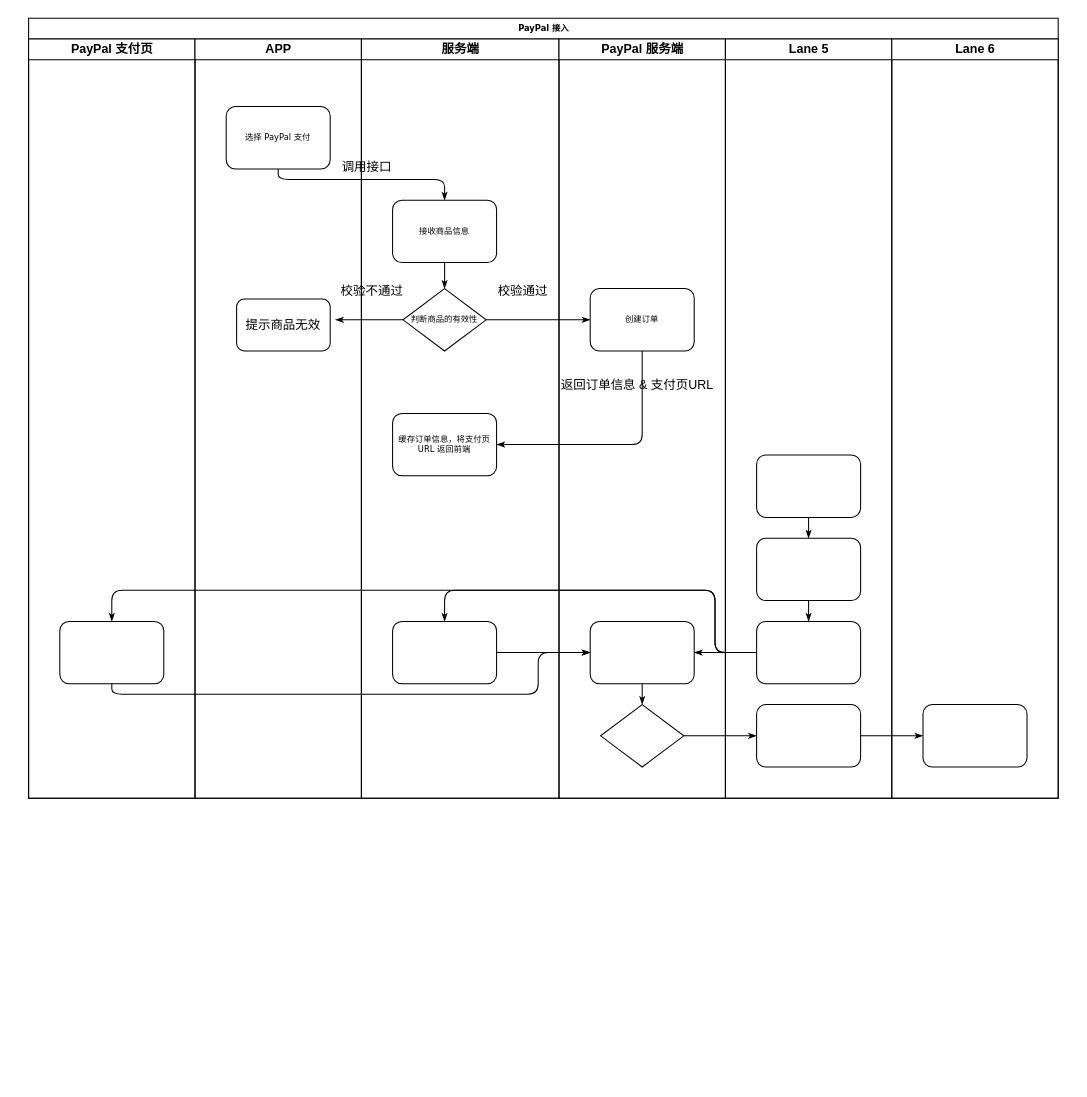
Earlier version of the draw.io diagram draw/pandoshow/PayPal接入流程.drawio (houyj404/document). Source tidied: cells renumbered, new cells numbered last; positions are measured from the earlier drawing's top-left corner, leaving out a move shared by most shapes. Both pictures are drawn from the tidied source at 104%, with x=0, y=0 at pixel (28, 18).
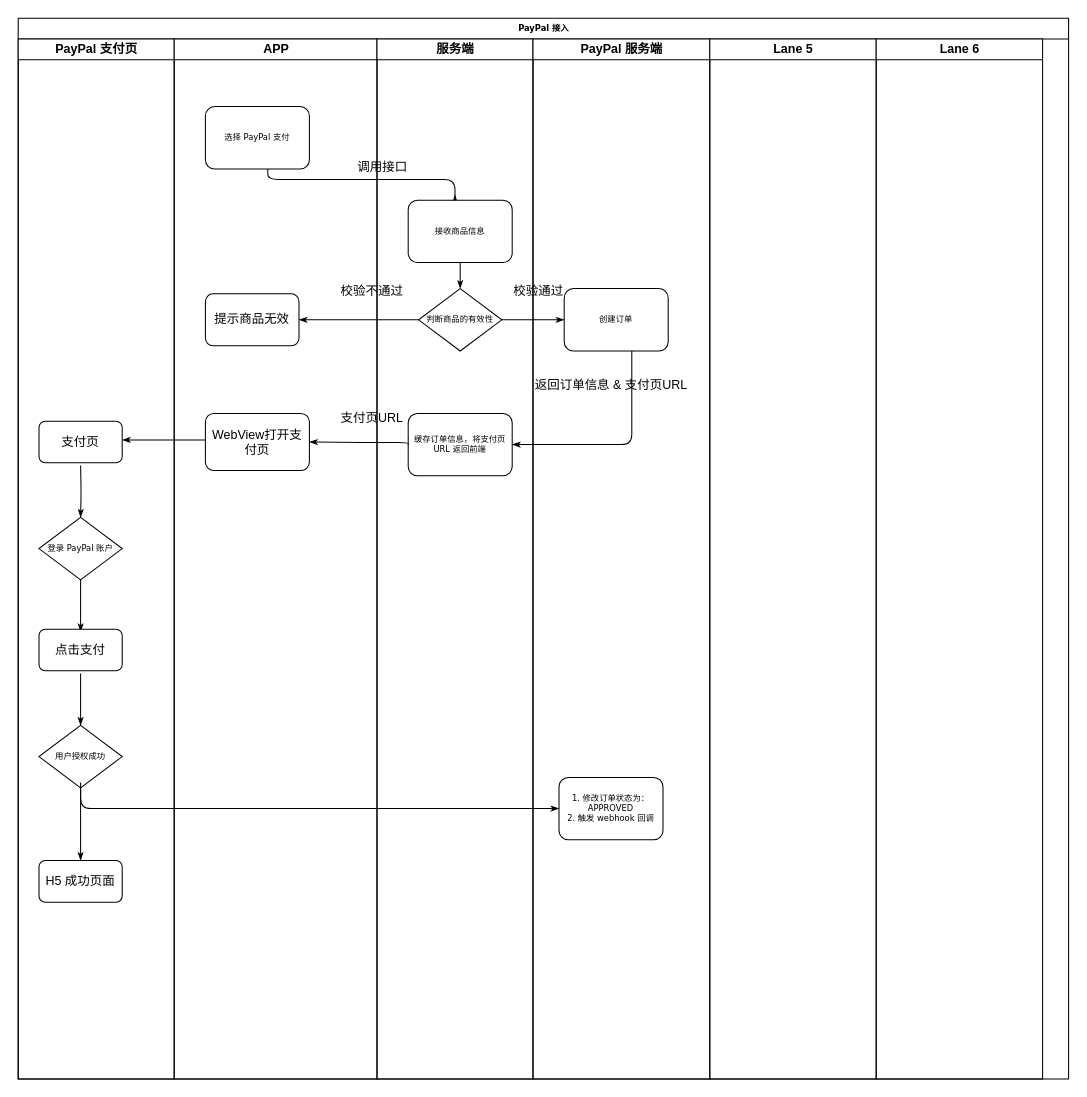
The same page after the edit.

Commit message (it also covers changes not shown here):
更新PayPal接入流程.drawio

Unchanged cells that the change refers to:
```xml
<mxCell id="15" value="选择 PayPal 支付" style="rounded=1;whiteSpace=wrap;html=1;shadow=0;labelBackgroundColor=none;strokeWidth=1;fontFamily=Verdana;fontSize=8;align=center;" parent="14" vertex="1">
  <mxGeometry x="30" y="65" width="100" height="60" as="geometry" />
</mxCell>
<mxCell id="18" value="接收商品信息" style="rounded=1;whiteSpace=wrap;html=1;shadow=0;labelBackgroundColor=none;strokeWidth=1;fontFamily=Verdana;fontSize=8;align=center;" parent="17" vertex="1">
  <mxGeometry x="30" y="155" width="100" height="60" as="geometry" />
</mxCell>
<mxCell id="19" value="判断商品的有效性" style="rhombus;whiteSpace=wrap;html=1;rounded=0;shadow=0;labelBackgroundColor=none;strokeWidth=1;fontFamily=Verdana;fontSize=8;align=center;" parent="17" vertex="1">
  <mxGeometry x="40" y="240" width="80" height="60" as="geometry" />
</mxCell>
<mxCell id="24" value="缓存订单信息，将支付页URL 返回前端" style="rounded=1;whiteSpace=wrap;html=1;shadow=0;labelBackgroundColor=none;strokeWidth=1;fontFamily=Verdana;fontSize=8;align=center;" parent="17" vertex="1">
  <mxGeometry x="30" y="360" width="100" height="60" as="geometry" />
</mxCell>
```

Diff of the diagram source:
```diff
@@
     <mxCell id="2" value="PayPal 接入" style="swimlane;html=1;startSize=20;rounded=0;shadow=0;labelBackgroundColor=none;strokeWidth=1;fontFamily=Verdana;fontSize=8;align=center;" parent="1" vertex="1">
-      <mxGeometry width="990" height="750" as="geometry" />
+      <mxGeometry x="-10" width="1010" height="1020" as="geometry" />
     </mxCell>
     <mxCell id="3" value="PayPal 支付页" style="swimlane;html=1;startSize=20;" parent="2" vertex="1">
-      <mxGeometry y="20" width="160" height="730" as="geometry" />
+      <mxGeometry y="20" width="150" height="1000" as="geometry" />
     </mxCell>
-    <mxCell id="4" style="rounded=1;whiteSpace=wrap;html=1;shadow=0;labelBackgroundColor=none;strokeWidth=1;fontFamily=Verdana;fontSize=8;align=center;" parent="3" vertex="1">
-      <mxGeometry x="30" y="560" width="100" height="60" as="geometry" />
-    </mxCell>
+    <mxCell id="43" value="支付页" style="rounded=1;whiteSpace=wrap;html=1;" parent="3" vertex="1">
+      <mxGeometry x="20" y="367.5" width="80" height="40" as="geometry" />
+    </mxCell>
+    <mxCell id="29" style="edgeStyle=orthogonalEdgeStyle;rounded=1;html=1;labelBackgroundColor=none;startArrow=none;startFill=0;startSize=5;endArrow=classicThin;endFill=1;endSize=5;jettySize=auto;strokeWidth=1;fontFamily=Verdana;fontSize=8;" parent="3" edge="1" target="28">
+      <mxGeometry relative="1" as="geometry">
+        <mxPoint x="60" y="410" as="sourcePoint" />
+      </mxGeometry>
+    </mxCell>
+    <mxCell id="28" value="登录 PayPal 账户" style="rhombus;whiteSpace=wrap;html=1;rounded=0;shadow=0;labelBackgroundColor=none;strokeWidth=1;fontFamily=Verdana;fontSize=8;align=center;" parent="3" vertex="1">
+      <mxGeometry x="20" y="460" width="80" height="60" as="geometry" />
+    </mxCell>
+    <mxCell id="44" value="H5 成功页面" style="rounded=1;whiteSpace=wrap;html=1;" parent="3" vertex="1">
+      <mxGeometry x="20" y="790" width="80" height="40" as="geometry" />
+    </mxCell>
-    <mxCell id="5" style="edgeStyle=orthogonalEdgeStyle;rounded=1;html=1;labelBackgroundColor=none;startArrow=none;startFill=0;startSize=5;endArrow=classicThin;endFill=1;endSize=5;jettySize=auto;strokeWidth=1;fontFamily=Verdana;fontSize=8;entryX=0.5;entryY=0;entryDx=0;entryDy=0;" parent="2" edge="1" source="15" target="18">
+    <mxCell id="5" style="edgeStyle=orthogonalEdgeStyle;rounded=1;html=1;labelBackgroundColor=none;startArrow=none;startFill=0;startSize=5;endArrow=classicThin;endFill=1;endSize=5;jettySize=auto;strokeWidth=1;fontFamily=Verdana;fontSize=8;" parent="2" edge="1" source="15">
       <mxGeometry relative="1" as="geometry">
+        <mxPoint x="420" y="170" as="targetPoint" />
         <Array as="points">
           <mxPoint x="240" y="155" />
-          <mxPoint x="400" y="155" />
+          <mxPoint x="420" y="155" />
+          <mxPoint x="420" y="175" />
         </Array>
       </mxGeometry>
     </mxCell>
@@
-    <mxCell id="7" style="edgeStyle=orthogonalEdgeStyle;rounded=1;html=1;labelBackgroundColor=none;startArrow=none;startFill=0;startSize=5;endArrow=classicThin;endFill=1;endSize=5;jettySize=auto;strokeWidth=1;fontFamily=Verdana;fontSize=8;" parent="2" edge="1" source="28" target="35">
-      <mxGeometry relative="1" as="geometry" />
-    </mxCell>
-    <mxCell id="8" style="edgeStyle=orthogonalEdgeStyle;rounded=1;html=1;labelBackgroundColor=none;startArrow=none;startFill=0;startSize=5;endArrow=classicThin;endFill=1;endSize=5;jettySize=auto;strokeWidth=1;fontFamily=Verdana;fontSize=8;" parent="2" edge="1" source="35" target="39">
-      <mxGeometry relative="1" as="geometry" />
-    </mxCell>
-    <mxCell id="9" style="edgeStyle=orthogonalEdgeStyle;rounded=1;html=1;labelBackgroundColor=none;startArrow=none;startFill=0;startSize=5;endArrow=classicThin;endFill=1;endSize=5;jettySize=auto;strokeWidth=1;fontFamily=Verdana;fontSize=8;" parent="2" edge="1" source="34" target="20">
-      <mxGeometry relative="1" as="geometry">
-        <Array as="points">
-          <mxPoint x="660" y="610" />
-          <mxPoint x="660" y="550" />
-          <mxPoint x="400" y="550" />
-        </Array>
-      </mxGeometry>
-    </mxCell>
-    <mxCell id="10" style="edgeStyle=orthogonalEdgeStyle;rounded=1;html=1;labelBackgroundColor=none;startArrow=none;startFill=0;startSize=5;endArrow=classicThin;endFill=1;endSize=5;jettySize=auto;strokeColor=#000000;strokeWidth=1;fontFamily=Verdana;fontSize=8;fontColor=#000000;" parent="2" edge="1" source="34" target="27">
-      <mxGeometry relative="1" as="geometry" />
-    </mxCell>
-    <mxCell id="11" style="edgeStyle=orthogonalEdgeStyle;rounded=1;html=1;labelBackgroundColor=none;startArrow=none;startFill=0;startSize=5;endArrow=classicThin;endFill=1;endSize=5;jettySize=auto;strokeWidth=1;fontFamily=Verdana;fontSize=8;" parent="2" edge="1" source="34" target="4">
-      <mxGeometry relative="1" as="geometry">
-        <Array as="points">
-          <mxPoint x="660" y="610" />
-          <mxPoint x="660" y="550" />
-          <mxPoint x="80" y="550" />
-        </Array>
-      </mxGeometry>
-    </mxCell>
-    <mxCell id="12" style="edgeStyle=orthogonalEdgeStyle;rounded=1;html=1;labelBackgroundColor=none;startArrow=none;startFill=0;startSize=5;endArrow=classicThin;endFill=1;endSize=5;jettySize=auto;strokeWidth=1;fontFamily=Verdana;fontSize=8;" parent="2" edge="1" source="4" target="27">
-      <mxGeometry relative="1" as="geometry">
-        <Array as="points">
-          <mxPoint x="80" y="650" />
-          <mxPoint x="490" y="650" />
-          <mxPoint x="490" y="610" />
-        </Array>
-      </mxGeometry>
-    </mxCell>
-    <mxCell id="13" style="edgeStyle=orthogonalEdgeStyle;rounded=1;html=1;labelBackgroundColor=none;startArrow=none;startFill=0;startSize=5;endArrow=classicThin;endFill=1;endSize=5;jettySize=auto;strokeWidth=1;fontFamily=Verdana;fontSize=8;" parent="2" edge="1" source="20" target="27">
-      <mxGeometry relative="1" as="geometry" />
-    </mxCell>
     <mxCell id="14" value="APP" style="swimlane;html=1;startSize=20;" parent="2" vertex="1">
-      <mxGeometry x="160" y="20" width="160" height="730" as="geometry" />
+      <mxGeometry x="150" y="20" width="195" height="1000" as="geometry" />
     </mxCell>
@@
     <mxCell id="16" value="提示商品无效" style="rounded=1;whiteSpace=wrap;html=1;" parent="14" vertex="1">
-      <mxGeometry x="40" y="250" width="90" height="50" as="geometry" />
+      <mxGeometry x="30" y="245" width="90" height="50" as="geometry" />
     </mxCell>
+    <mxCell id="45" value="WebView打开支付页" style="rounded=1;whiteSpace=wrap;html=1;" parent="14" vertex="1">
+      <mxGeometry x="30" y="360" width="100" height="55" as="geometry" />
+    </mxCell>
+    <mxCell id="46" value="支付页URL" style="text;html=1;align=center;verticalAlign=middle;strokeColor=none;fillColor=none;" parent="14" vertex="1">
+      <mxGeometry x="150" y="350" width="80" height="30" as="geometry" />
+    </mxCell>
     <mxCell id="17" value="服务端" style="swimlane;html=1;startSize=20;" parent="2" vertex="1">
-      <mxGeometry x="320" y="20" width="190" height="730" as="geometry" />
+      <mxGeometry x="345" y="20" width="150" height="1000" as="geometry" />
     </mxCell>
@@
-    <mxCell id="20" style="rounded=1;whiteSpace=wrap;html=1;shadow=0;labelBackgroundColor=none;strokeWidth=1;fontFamily=Verdana;fontSize=8;align=center;" parent="17" vertex="1">
-      <mxGeometry x="30" y="560" width="100" height="60" as="geometry" />
-    </mxCell>
@@
     <mxCell id="25" value="PayPal 服务端" style="swimlane;html=1;startSize=20;" parent="2" vertex="1">
-      <mxGeometry x="510" y="20" width="160" height="730" as="geometry" />
+      <mxGeometry x="495" y="20" width="170" height="1000" as="geometry" />
     </mxCell>
@@
-    <mxCell id="27" style="rounded=1;whiteSpace=wrap;html=1;shadow=0;labelBackgroundColor=none;strokeWidth=1;fontFamily=Verdana;fontSize=8;align=center;" parent="25" vertex="1">
-      <mxGeometry x="30" y="560" width="100" height="60" as="geometry" />
+    <mxCell id="27" value="1. 修改订单状态为：APPROVED&lt;div&gt;2. 触发 webhook 回调&lt;/div&gt;" style="rounded=1;whiteSpace=wrap;html=1;shadow=0;labelBackgroundColor=none;strokeWidth=1;fontFamily=Verdana;fontSize=8;align=center;" parent="25" vertex="1">
+      <mxGeometry x="25" y="710" width="100" height="60" as="geometry" />
     </mxCell>
-    <mxCell id="28" style="rhombus;whiteSpace=wrap;html=1;rounded=0;shadow=0;labelBackgroundColor=none;strokeWidth=1;fontFamily=Verdana;fontSize=8;align=center;" parent="25" vertex="1">
-      <mxGeometry x="40" y="640" width="80" height="60" as="geometry" />
-    </mxCell>
-    <mxCell id="29" style="edgeStyle=orthogonalEdgeStyle;rounded=1;html=1;labelBackgroundColor=none;startArrow=none;startFill=0;startSize=5;endArrow=classicThin;endFill=1;endSize=5;jettySize=auto;strokeWidth=1;fontFamily=Verdana;fontSize=8;" parent="25" edge="1" source="27" target="28">
-      <mxGeometry relative="1" as="geometry" />
-    </mxCell>
@@
     <mxCell id="31" value="Lane 5" style="swimlane;html=1;startSize=20;" parent="2" vertex="1">
-      <mxGeometry x="670" y="20" width="160" height="730" as="geometry" />
+      <mxGeometry x="665" y="20" width="160" height="1000" as="geometry" />
     </mxCell>
-    <mxCell id="32" style="rounded=1;whiteSpace=wrap;html=1;shadow=0;labelBackgroundColor=none;strokeWidth=1;fontFamily=Verdana;fontSize=8;align=center;" parent="31" vertex="1">
-      <mxGeometry x="30" y="400" width="100" height="60" as="geometry" />
-    </mxCell>
-    <mxCell id="33" style="rounded=1;whiteSpace=wrap;html=1;shadow=0;labelBackgroundColor=none;strokeWidth=1;fontFamily=Verdana;fontSize=8;align=center;" parent="31" vertex="1">
-      <mxGeometry x="30" y="480" width="100" height="60" as="geometry" />
-    </mxCell>
-    <mxCell id="34" style="rounded=1;whiteSpace=wrap;html=1;shadow=0;labelBackgroundColor=none;strokeWidth=1;fontFamily=Verdana;fontSize=8;align=center;" parent="31" vertex="1">
-      <mxGeometry x="30" y="560" width="100" height="60" as="geometry" />
-    </mxCell>
-    <mxCell id="35" style="rounded=1;whiteSpace=wrap;html=1;shadow=0;labelBackgroundColor=none;strokeWidth=1;fontFamily=Verdana;fontSize=8;align=center;" parent="31" vertex="1">
-      <mxGeometry x="30" y="640" width="100" height="60" as="geometry" />
-    </mxCell>
-    <mxCell id="36" style="edgeStyle=orthogonalEdgeStyle;rounded=1;html=1;labelBackgroundColor=none;startArrow=none;startFill=0;startSize=5;endArrow=classicThin;endFill=1;endSize=5;jettySize=auto;strokeWidth=1;fontFamily=Verdana;fontSize=8;" parent="31" edge="1" source="32" target="33">
-      <mxGeometry relative="1" as="geometry" />
+    <mxCell id="36" style="edgeStyle=orthogonalEdgeStyle;rounded=1;html=1;labelBackgroundColor=none;startArrow=none;startFill=0;startSize=5;endArrow=classicThin;endFill=1;endSize=5;jettySize=auto;orthogonalLoop=1;strokeWidth=1;fontFamily=Verdana;fontSize=8;" parent="31" edge="1">
+      <mxGeometry relative="1" as="geometry">
+        <mxPoint x="80" y="460" as="sourcePoint" />
+      </mxGeometry>
     </mxCell>
-    <mxCell id="37" style="edgeStyle=orthogonalEdgeStyle;rounded=1;html=1;labelBackgroundColor=none;startArrow=none;startFill=0;startSize=5;endArrow=classicThin;endFill=1;endSize=5;jettySize=auto;strokeWidth=1;fontFamily=Verdana;fontSize=8;" parent="31" edge="1" source="33" target="34">
-      <mxGeometry relative="1" as="geometry" />
+    <mxCell id="37" style="edgeStyle=orthogonalEdgeStyle;rounded=1;html=1;labelBackgroundColor=none;startArrow=none;startFill=0;startSize=5;endArrow=classicThin;endFill=1;endSize=5;jettySize=auto;orthogonalLoop=1;strokeWidth=1;fontFamily=Verdana;fontSize=8;" parent="31" edge="1">
+      <mxGeometry relative="1" as="geometry">
+        <mxPoint x="80" y="540" as="sourcePoint" />
+      </mxGeometry>
     </mxCell>
     <mxCell id="38" value="Lane 6" style="swimlane;html=1;startSize=20;" parent="2" vertex="1">
-      <mxGeometry x="830" y="20" width="160" height="730" as="geometry" />
+      <mxGeometry x="825" y="20" width="160" height="1000" as="geometry" />
     </mxCell>
-    <mxCell id="39" style="rounded=1;whiteSpace=wrap;html=1;shadow=0;labelBackgroundColor=none;strokeWidth=1;fontFamily=Verdana;fontSize=8;align=center;" parent="38" vertex="1">
-      <mxGeometry x="30" y="640" width="100" height="60" as="geometry" />
-    </mxCell>
@@
+    <mxCell id="47" style="edgeStyle=orthogonalEdgeStyle;rounded=1;html=1;labelBackgroundColor=none;startArrow=none;startFill=0;startSize=5;endArrow=classicThin;endFill=1;endSize=5;jettySize=auto;strokeWidth=1;fontFamily=Verdana;fontSize=8;exitX=0;exitY=0.5;exitDx=0;exitDy=0;entryX=1;entryY=0.5;entryDx=0;entryDy=0;" parent="2" edge="1" source="24" target="45">
+      <mxGeometry relative="1" as="geometry">
+        <Array as="points">
+          <mxPoint x="340" y="408" />
+          <mxPoint x="290" y="408" />
+        </Array>
+      </mxGeometry>
+    </mxCell>
-    <mxCell id="41" style="edgeStyle=orthogonalEdgeStyle;rounded=1;html=1;labelBackgroundColor=none;startArrow=none;startFill=0;startSize=5;endArrow=classicThin;endFill=1;endSize=5;jettySize=auto;strokeWidth=1;fontFamily=Verdana;fontSize=8;exitX=0;exitY=0.5;exitDx=0;exitDy=0;" parent="1" edge="1" source="19">
+    <mxCell id="41" style="edgeStyle=orthogonalEdgeStyle;rounded=1;html=1;labelBackgroundColor=none;startArrow=none;startFill=0;startSize=5;endArrow=classicThin;endFill=1;endSize=5;jettySize=auto;strokeWidth=1;fontFamily=Verdana;fontSize=8;exitX=0;exitY=0.5;exitDx=0;exitDy=0;entryX=1;entryY=0.5;entryDx=0;entryDy=0;" parent="2" edge="1" source="19" target="16">
       <mxGeometry relative="1" as="geometry">
-        <mxPoint x="295" y="290" as="targetPoint" />
+        <Array as="points">
+          <mxPoint x="280" y="290" />
+        </Array>
       </mxGeometry>
     </mxCell>
+    <mxCell id="48" style="edgeStyle=orthogonalEdgeStyle;rounded=1;html=1;labelBackgroundColor=none;startArrow=none;startFill=0;startSize=5;endArrow=classicThin;endFill=1;endSize=5;jettySize=auto;orthogonalLoop=1;strokeWidth=1;fontFamily=Verdana;fontSize=8;exitX=0;exitY=0.5;exitDx=0;exitDy=0;entryX=1;entryY=0.5;entryDx=0;entryDy=0;" parent="2" edge="1">
+      <mxGeometry relative="1" as="geometry">
+        <mxPoint x="180" y="405.5" as="sourcePoint" />
+        <mxPoint x="100" y="405.5" as="targetPoint" />
+        <Array as="points">
+          <mxPoint x="120" y="406" />
+        </Array>
+      </mxGeometry>
+    </mxCell>
@@
+    <mxCell id="49" style="edgeStyle=orthogonalEdgeStyle;rounded=1;html=1;labelBackgroundColor=none;startArrow=none;startFill=0;startSize=5;endArrow=classicThin;endFill=1;endSize=5;jettySize=auto;orthogonalLoop=1;strokeWidth=1;fontFamily=Verdana;fontSize=8;" parent="1" edge="1">
+      <mxGeometry relative="1" as="geometry">
+        <mxPoint x="50" y="540" as="sourcePoint" />
+        <mxPoint x="50" y="590" as="targetPoint" />
+      </mxGeometry>
+    </mxCell>
+    <mxCell id="50" value="点击支付" style="rounded=1;whiteSpace=wrap;html=1;" parent="1" vertex="1">
+      <mxGeometry x="10" y="587.5" width="80" height="40" as="geometry" />
+    </mxCell>
+    <mxCell id="51" style="edgeStyle=orthogonalEdgeStyle;rounded=1;html=1;labelBackgroundColor=none;startArrow=none;startFill=0;startSize=5;endArrow=classicThin;endFill=1;endSize=5;jettySize=auto;orthogonalLoop=1;strokeWidth=1;fontFamily=Verdana;fontSize=8;" parent="1" edge="1">
+      <mxGeometry relative="1" as="geometry">
+        <mxPoint x="50" y="630" as="sourcePoint" />
+        <mxPoint x="50" y="680" as="targetPoint" />
+      </mxGeometry>
+    </mxCell>
+    <mxCell id="52" value="用户授权成功" style="rhombus;whiteSpace=wrap;html=1;rounded=0;shadow=0;labelBackgroundColor=none;strokeWidth=1;fontFamily=Verdana;fontSize=8;align=center;" parent="1" vertex="1">
+      <mxGeometry x="10" y="680" width="80" height="60" as="geometry" />
+    </mxCell>
+    <mxCell id="53" style="edgeStyle=orthogonalEdgeStyle;rounded=1;html=1;labelBackgroundColor=none;startArrow=none;startFill=0;startSize=5;endArrow=classicThin;endFill=1;endSize=5;jettySize=auto;orthogonalLoop=1;strokeWidth=1;fontFamily=Verdana;fontSize=8;" parent="1" edge="1">
+      <mxGeometry relative="1" as="geometry">
+        <mxPoint x="50" y="735" as="sourcePoint" />
+        <mxPoint x="510" y="760" as="targetPoint" />
+        <Array as="points">
+          <mxPoint x="50" y="760" />
+          <mxPoint x="230" y="760" />
+        </Array>
+      </mxGeometry>
+    </mxCell>
+    <mxCell id="54" style="edgeStyle=orthogonalEdgeStyle;rounded=1;html=1;labelBackgroundColor=none;startArrow=none;startFill=0;startSize=5;endArrow=classicThin;endFill=1;endSize=5;jettySize=auto;orthogonalLoop=1;strokeWidth=1;fontFamily=Verdana;fontSize=8;" parent="1" edge="1">
+      <mxGeometry relative="1" as="geometry">
+        <mxPoint x="50" y="740" as="sourcePoint" />
+        <mxPoint x="50" y="810" as="targetPoint" />
+        <Array as="points">
+          <mxPoint x="50" y="745" />
+          <mxPoint x="50" y="770" />
+        </Array>
+      </mxGeometry>
+    </mxCell>
```
